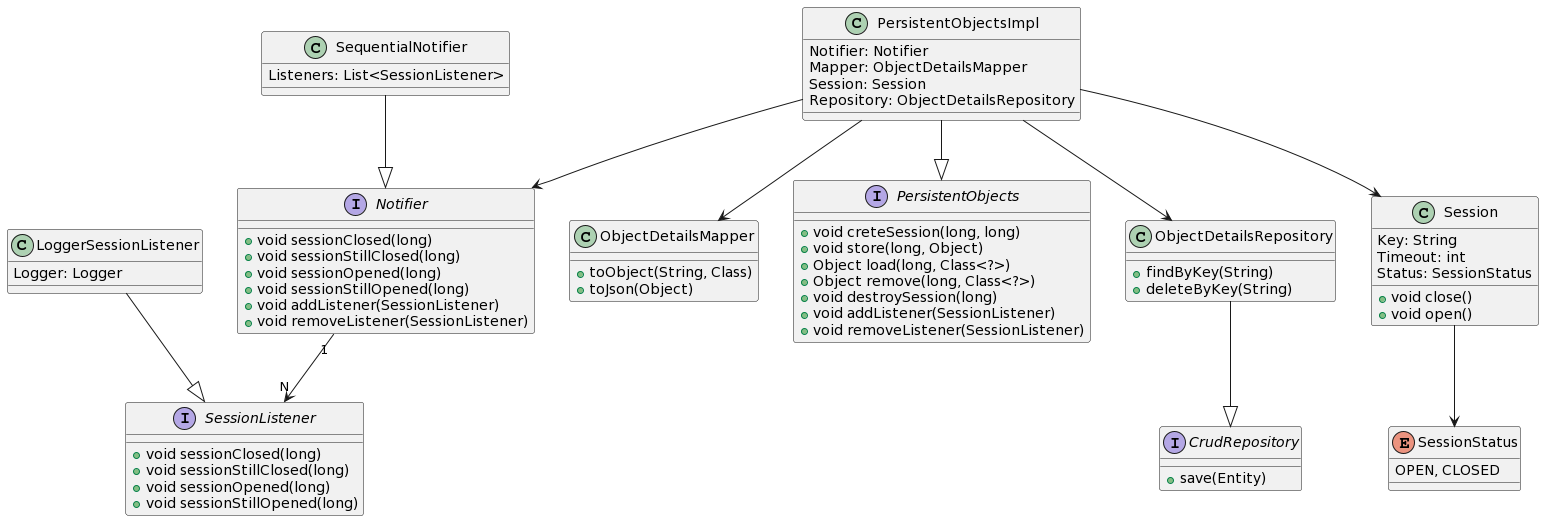
The PlantUML diagram src/main/resources/static/palg-diagrama-clases.png in sebastiangilberto/utn-palg-2c2022-tp, before a commit.
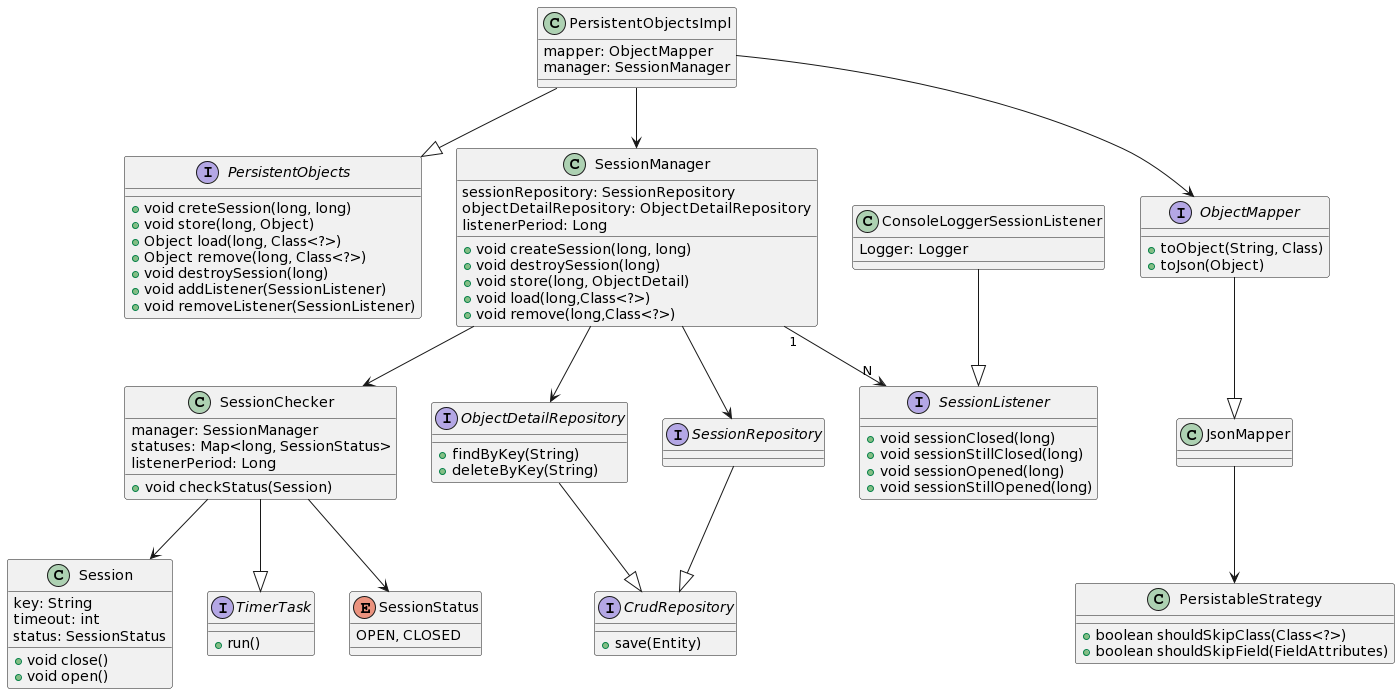
Later version of the same file.

Commit message:
diagrama de clases actualizado

Change to the diagram source:
```diff
@@ -10,23 +10,8 @@
 }
 
 class PersistentObjectsImpl {
-  Notifier: Notifier
-  Mapper: ObjectDetailsMapper
-  Session: Session
-  Repository: ObjectDetailsRepository
-}
-
-interface Notifier {
-  +void sessionClosed(long)
-  +void sessionStillClosed(long)
-  +void sessionOpened(long)
-  +void sessionStillOpened(long)
-  +void addListener(SessionListener)
-  +void removeListener(SessionListener)
-}
-
-class SequentialNotifier {
-  Listeners: List<SessionListener>
+  mapper: ObjectMapper
+  manager: SessionManager
 }
 
 interface SessionListener {
@@ -36,44 +21,83 @@
   +void sessionStillOpened(long)
 }
 
-class LoggerSessionListener {
+class ConsoleLoggerSessionListener {
   Logger: Logger
 }
 
 class Session {
-  Key: String
-  Timeout: int
-  Status: SessionStatus
+  key: String
+  timeout: int
+  status: SessionStatus
   +void close()
   +void open()
 }
 
-enum SessionStatus{
-  OPEN, CLOSED
+class SessionManager {
+  sessionRepository: SessionRepository
+  objectDetailRepository: ObjectDetailRepository
+  listenerPeriod: Long
+  +void createSession(long, long)
+  +void destroySession(long)
+  +void store(long, ObjectDetail)
+  +void load(long,Class<?>)
+  +void remove(long,Class<?>)
 }
 
-class ObjectDetailsMapper {
+class SessionChecker {
+  manager: SessionManager
+  statuses: Map<long, SessionStatus>
+  listenerPeriod: Long
+  +void checkStatus(Session)
+}
+
+
+interface TimerTask {
+  +run()
+}
+
+interface ObjectMapper {
   +toObject(String, Class)
   +toJson(Object)
 }
 
-class ObjectDetailsRepository {
+class PersistableStrategy {
++ boolean shouldSkipClass(Class<?>)
++ boolean shouldSkipField(FieldAttributes)
+}
+
+class JsonMapper {
+}
+
+interface ObjectDetailRepository {
   +findByKey(String)
   +deleteByKey(String)
+}
+
+interface SessionRepository {
 }
 
 interface CrudRepository{
   +save(Entity)
 }
 
-LoggerSessionListener --|> SessionListener
+enum SessionStatus{
+OPEN, CLOSED
+}
+
+ConsoleLoggerSessionListener --|> SessionListener
 PersistentObjectsImpl --|> PersistentObjects
-PersistentObjectsImpl --> Session
-PersistentObjectsImpl --> ObjectDetailsMapper
-PersistentObjectsImpl --> ObjectDetailsRepository
-PersistentObjectsImpl --> Notifier
-SequentialNotifier --|> Notifier
-Notifier "1" --> "N" SessionListener
-Session --> SessionStatus
-ObjectDetailsRepository --|> CrudRepository
+PersistentObjectsImpl --> SessionManager
+PersistentObjectsImpl --> ObjectMapper
+SessionManager --> ObjectDetailRepository
+SessionManager --> SessionRepository
+SessionManager --> SessionChecker
+SessionChecker --> Session
+SessionChecker --|> TimerTask
+SessionChecker --> SessionStatus
+SessionManager "1" --> "N" SessionListener
+ObjectDetailRepository --|> CrudRepository
+SessionRepository --|> CrudRepository
+ObjectMapper --|> JsonMapper
+JsonMapper --> PersistableStrategy
 @enduml
```
